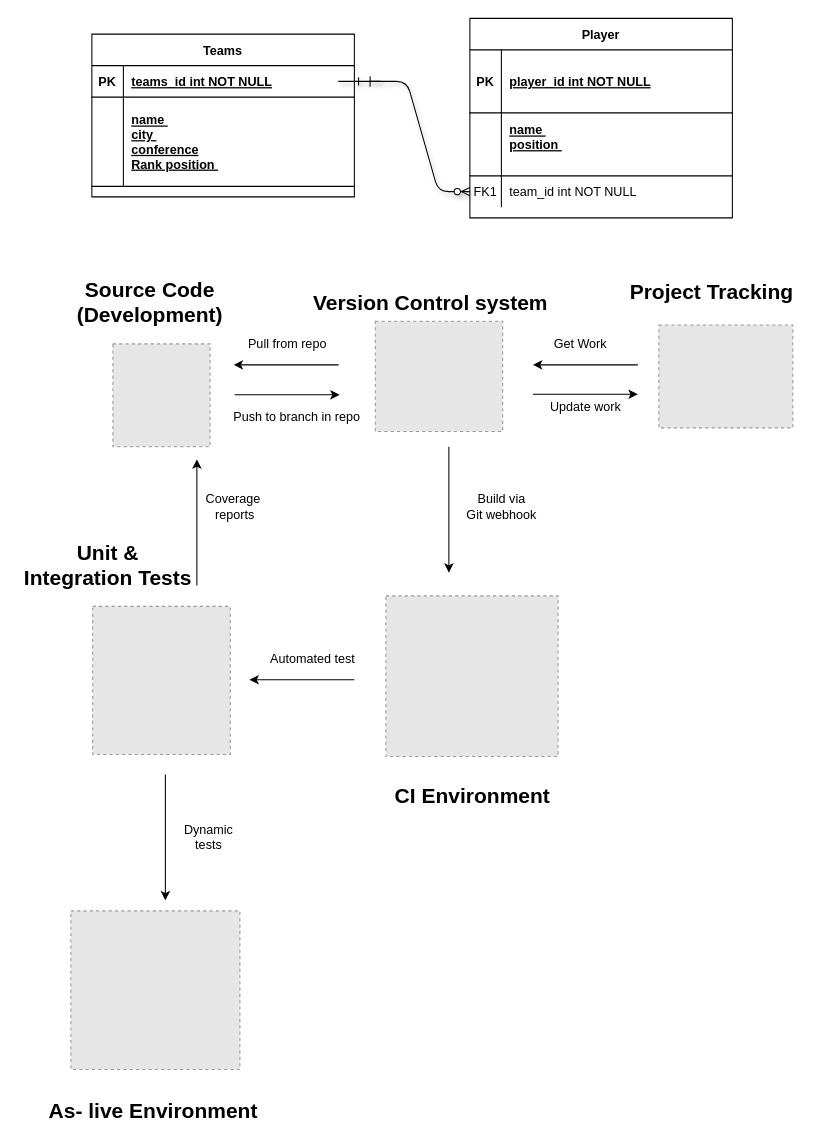
The draw.io diagram page "Page-1" (1 of 2) of documentation/Untitled Diagram.drawio in PhilipL1/project-bball, before the edit. Source tidied: cells renumbered, new cells numbered last; positions are measured from the earlier drawing's top-left corner, leaving out a move shared by most shapes. Both pictures are drawn from the tidied source at 105%, with x=0, y=0 at pixel (18, 18). Pictures stored in the file or linked from it are replaced by grey dashed boxes.
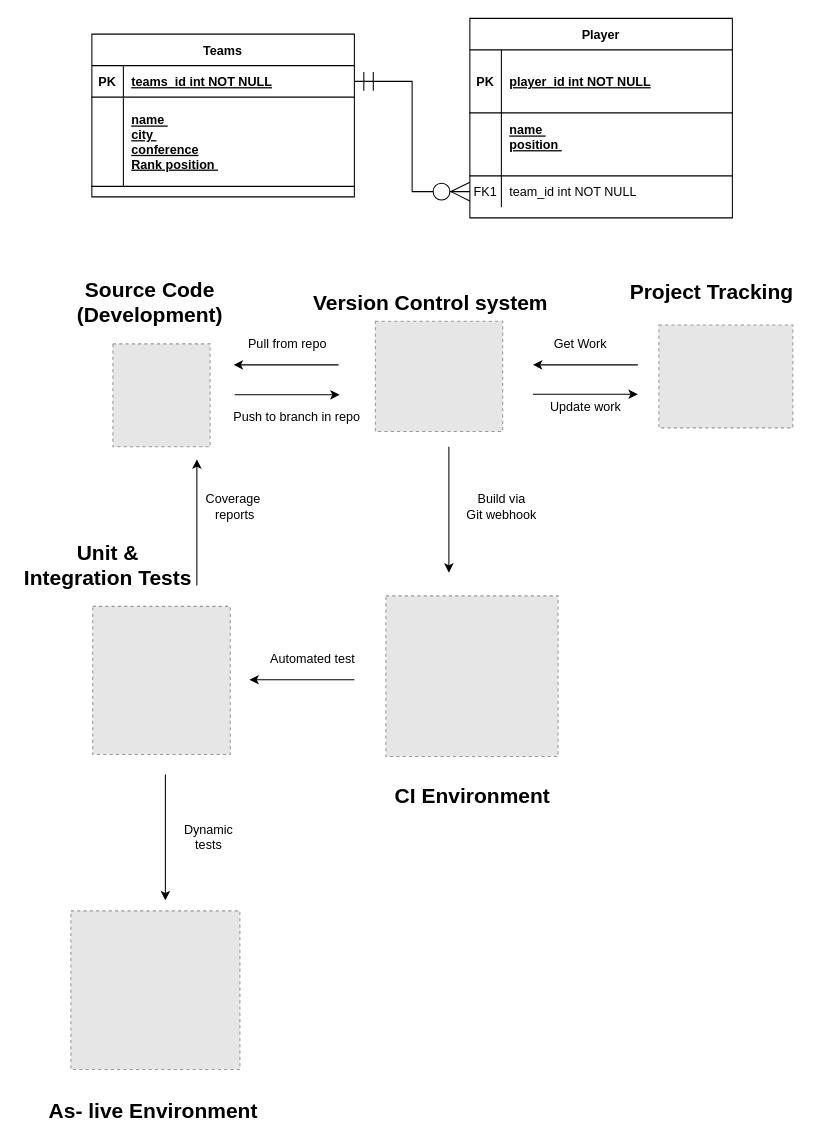
The same diagram, later.

Unchanged cells that the change refers to:
```xml
<mxCell id="10" style="shape=partialRectangle;fillColor=none;points=[[0,0.5],[1,0.5]];portConstraint=eastwest;top=0;left=0;right=0;bottom=0;" parent="3" vertex="1">
  <mxGeometry y="150" width="250" height="30" as="geometry" />
</mxCell>
<mxCell id="14" style="shape=partialRectangle;fillColor=none;points=[[0,0.5],[1,0.5]];portConstraint=eastwest;top=0;left=0;right=0;bottom=1;" parent="13" vertex="1">
  <mxGeometry y="30" width="250" height="30" as="geometry" />
</mxCell>
```

What changed in the source:
```diff
@@
-    <mxCell id="2" style="edgeStyle=entityRelationEdgeStyle;endArrow=ERzeroToMany;startArrow=none;endFill=1;startFill=0;shadow=1;" parent="1" edge="1" source="20" target="10">
-      <mxGeometry relative="1" as="geometry" />
-    </mxCell>
@@
-    <mxCell id="20" style="line;strokeWidth=1;direction=south;html=1;perimeter=backbonePerimeter;points=[];outlineConnect=0;" parent="1" vertex="1">
-      <mxGeometry x="330" y="55" width="10" height="10" as="geometry" />
-    </mxCell>
-    <mxCell id="21" style="edgeStyle=entityRelationEdgeStyle;endArrow=none;startArrow=ERone;endFill=1;startFill=0;shadow=1;" parent="1" edge="1" source="14" target="20">
-      <mxGeometry relative="1" as="geometry" />
-    </mxCell>
@@
+    <mxCell id="50" style="edgeStyle=orthogonalEdgeStyle;rounded=0;jettySize=auto;html=1;exitX=1;exitY=0.5;exitDx=0;exitDy=0;endArrow=ERzeroToMany;endFill=1;startArrow=ERmandOne;startFill=0;endSize=16;startSize=16;entryX=0;entryY=0.5;entryDx=0;entryDy=0;" parent="1" edge="1" source="14" target="10">
+      <mxGeometry relative="1" as="geometry" />
+    </mxCell>
```
